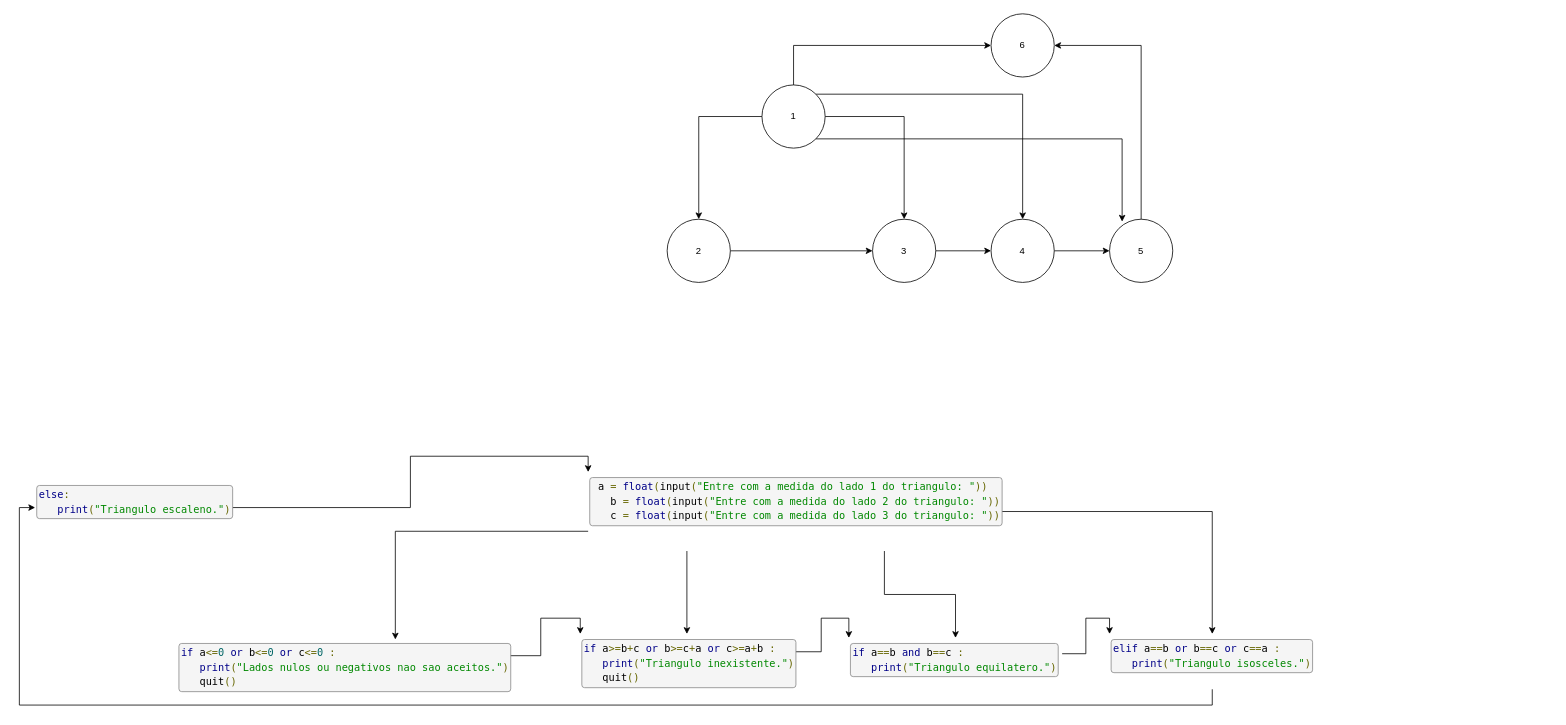
The draw.io diagram Questões/Untitled Diagram.drawio in FlavioCandidoSilva/2020_1_POO, before the edit. Source tidied: cells renumbered, new cells numbered last; positions are measured from the earlier drawing's top-left corner, leaving out a move shared by most shapes. Both pictures are drawn from the tidied source at 79%, with x=0, y=0 at pixel (35, 13).
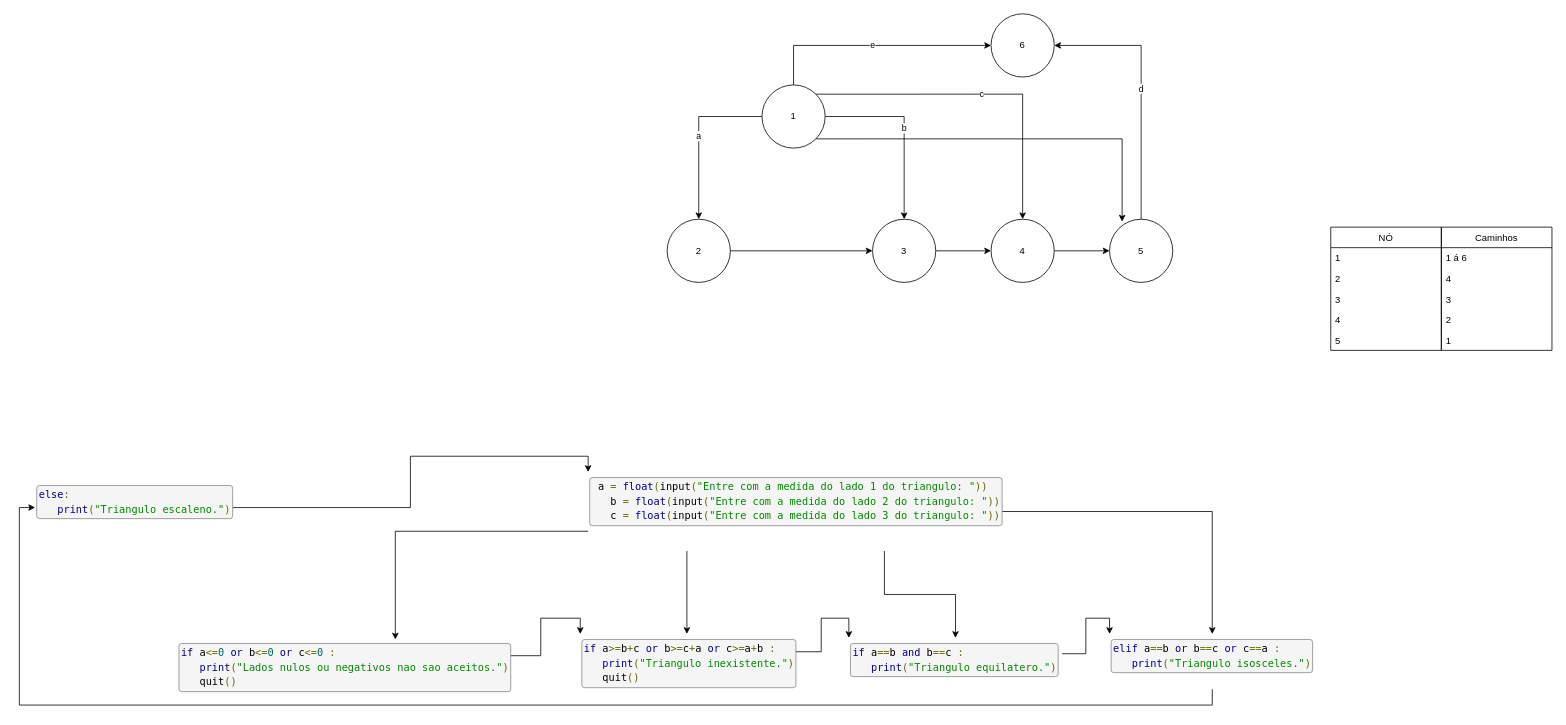
After the change.

Commit message:
Diagrama de complexidade

The change refers to these unchanged cells:
```xml
<mxCell id="7" value="1" style="ellipse;whiteSpace=wrap;html=1;" parent="1" vertex="1">
  <mxGeometry x="920" y="90" width="80" height="80" as="geometry" />
</mxCell>
<mxCell id="9" value="3" style="ellipse;whiteSpace=wrap;html=1;" parent="1" vertex="1">
  <mxGeometry x="1060" y="260" width="80" height="80" as="geometry" />
</mxCell>
<mxCell id="11" value="2" style="ellipse;whiteSpace=wrap;html=1;" parent="1" vertex="1">
  <mxGeometry x="800" y="260" width="80" height="80" as="geometry" />
</mxCell>
<mxCell id="12" value="6" style="ellipse;whiteSpace=wrap;html=1;" parent="1" vertex="1">
  <mxGeometry x="1210" width="80" height="80" as="geometry" />
</mxCell>
<mxCell id="14" value="4" style="ellipse;whiteSpace=wrap;html=1;" parent="1" vertex="1">
  <mxGeometry x="1210" y="260" width="80" height="80" as="geometry" />
</mxCell>
<mxCell id="31" value="5" style="ellipse;whiteSpace=wrap;html=1;" parent="1" vertex="1">
  <mxGeometry x="1360" y="260" width="80" height="80" as="geometry" />
</mxCell>
```

The edit, as a diff of the source:
```diff
@@
-    <mxCell id="2" style="edgeStyle=orthogonalEdgeStyle;rounded=0;jettySize=auto;html=1;exitX=0.5;exitY=0;exitDx=0;exitDy=0;entryX=0;entryY=0.5;entryDx=0;entryDy=0;" parent="1" edge="1" source="7" target="12">
+    <mxCell id="2" value="e" style="edgeStyle=orthogonalEdgeStyle;rounded=0;jettySize=auto;html=1;exitX=0.5;exitY=0;exitDx=0;exitDy=0;entryX=0;entryY=0.5;entryDx=0;entryDy=0;" parent="1" edge="1" source="7" target="12">
       <mxGeometry relative="1" as="geometry" />
     </mxCell>
-    <mxCell id="3" style="edgeStyle=orthogonalEdgeStyle;rounded=0;jettySize=auto;html=1;exitX=1;exitY=0.5;exitDx=0;exitDy=0;entryX=0.5;entryY=0;entryDx=0;entryDy=0;" parent="1" edge="1" source="7" target="9">
+    <mxCell id="3" value="b" style="edgeStyle=orthogonalEdgeStyle;rounded=0;jettySize=auto;html=1;exitX=1;exitY=0.5;exitDx=0;exitDy=0;entryX=0.5;entryY=0;entryDx=0;entryDy=0;" parent="1" edge="1" source="7" target="9">
       <mxGeometry relative="1" as="geometry" />
     </mxCell>
-    <mxCell id="4" style="edgeStyle=orthogonalEdgeStyle;rounded=0;jettySize=auto;html=1;exitX=1;exitY=0;exitDx=0;exitDy=0;entryX=0.5;entryY=0;entryDx=0;entryDy=0;" parent="1" edge="1" source="7" target="14">
+    <mxCell id="4" value="c" style="edgeStyle=orthogonalEdgeStyle;rounded=0;jettySize=auto;html=1;exitX=1;exitY=0;exitDx=0;exitDy=0;entryX=0.5;entryY=0;entryDx=0;entryDy=0;" parent="1" edge="1" source="7" target="14">
       <mxGeometry relative="1" as="geometry" />
     </mxCell>
@@
-    <mxCell id="6" style="edgeStyle=orthogonalEdgeStyle;rounded=0;jettySize=auto;html=1;exitX=0;exitY=0.5;exitDx=0;exitDy=0;entryX=0.5;entryY=0;entryDx=0;entryDy=0;" parent="1" edge="1" source="7" target="11">
+    <mxCell id="6" value="a" style="edgeStyle=orthogonalEdgeStyle;rounded=0;jettySize=auto;html=1;exitX=0;exitY=0.5;exitDx=0;exitDy=0;entryX=0.5;entryY=0;entryDx=0;entryDy=0;" parent="1" edge="1" source="7" target="11">
       <mxGeometry relative="1" as="geometry" />
     </mxCell>
@@
-    <mxCell id="30" style="edgeStyle=orthogonalEdgeStyle;rounded=0;jettySize=auto;html=1;exitX=0.5;exitY=0;exitDx=0;exitDy=0;entryX=1;entryY=0.5;entryDx=0;entryDy=0;" parent="1" edge="1" source="31" target="12">
+    <mxCell id="30" value="d" style="edgeStyle=orthogonalEdgeStyle;rounded=0;jettySize=auto;html=1;exitX=0.5;exitY=0;exitDx=0;exitDy=0;entryX=1;entryY=0.5;entryDx=0;entryDy=0;" parent="1" edge="1" source="31" target="12">
       <mxGeometry relative="1" as="geometry" />
     </mxCell>
@@
+    <mxCell id="32" value="NÓ" style="swimlane;fontStyle=0;horizontal=1;startSize=26;fillColor=none;" parent="1" vertex="1">
+      <mxGeometry x="1640" y="270" width="140" height="156" as="geometry" />
+    </mxCell>
+    <mxCell id="33" value="1" style="text;strokeColor=none;fillColor=none;align=left;verticalAlign=top;spacingLeft=4;spacingRight=4;overflow=hidden;" parent="32" vertex="1">
+      <mxGeometry y="26" width="140" height="26" as="geometry" />
+    </mxCell>
+    <mxCell id="34" value="2" style="text;strokeColor=none;fillColor=none;align=left;verticalAlign=top;spacingLeft=4;spacingRight=4;overflow=hidden;" parent="32" vertex="1">
+      <mxGeometry y="52" width="140" height="26" as="geometry" />
+    </mxCell>
+    <mxCell id="35" value="3" style="text;strokeColor=none;fillColor=none;align=left;verticalAlign=top;spacingLeft=4;spacingRight=4;overflow=hidden;" parent="32" vertex="1">
+      <mxGeometry y="78" width="140" height="26" as="geometry" />
+    </mxCell>
+    <mxCell id="36" value="4" style="text;strokeColor=none;fillColor=none;align=left;verticalAlign=top;spacingLeft=4;spacingRight=4;overflow=hidden;" parent="32" vertex="1">
+      <mxGeometry y="104" width="140" height="26" as="geometry" />
+    </mxCell>
+    <mxCell id="37" value="5" style="text;strokeColor=none;fillColor=none;align=left;verticalAlign=top;spacingLeft=4;spacingRight=4;overflow=hidden;" parent="32" vertex="1">
+      <mxGeometry y="130" width="140" height="26" as="geometry" />
+    </mxCell>
+    <mxCell id="38" value="Caminhos" style="swimlane;fontStyle=0;horizontal=1;startSize=26;fillColor=none;" parent="1" vertex="1">
+      <mxGeometry x="1780" y="270" width="140" height="156" as="geometry" />
+    </mxCell>
+    <mxCell id="39" value="1 á 6" style="text;strokeColor=none;fillColor=none;align=left;verticalAlign=top;spacingLeft=4;spacingRight=4;overflow=hidden;" parent="38" vertex="1">
+      <mxGeometry y="26" width="140" height="26" as="geometry" />
+    </mxCell>
+    <mxCell id="40" value="4" style="text;strokeColor=none;fillColor=none;align=left;verticalAlign=top;spacingLeft=4;spacingRight=4;overflow=hidden;" parent="38" vertex="1">
+      <mxGeometry y="52" width="140" height="26" as="geometry" />
+    </mxCell>
+    <mxCell id="41" value="3" style="text;strokeColor=none;fillColor=none;align=left;verticalAlign=top;spacingLeft=4;spacingRight=4;overflow=hidden;" parent="38" vertex="1">
+      <mxGeometry y="78" width="140" height="26" as="geometry" />
+    </mxCell>
+    <mxCell id="42" value="2" style="text;strokeColor=none;fillColor=none;align=left;verticalAlign=top;spacingLeft=4;spacingRight=4;overflow=hidden;" parent="38" vertex="1">
+      <mxGeometry y="104" width="140" height="26" as="geometry" />
+    </mxCell>
+    <mxCell id="43" value="1" style="text;strokeColor=none;fillColor=none;align=left;verticalAlign=top;spacingLeft=4;spacingRight=4;overflow=hidden;" parent="38" vertex="1">
+      <mxGeometry y="130" width="140" height="26" as="geometry" />
+    </mxCell>
```
